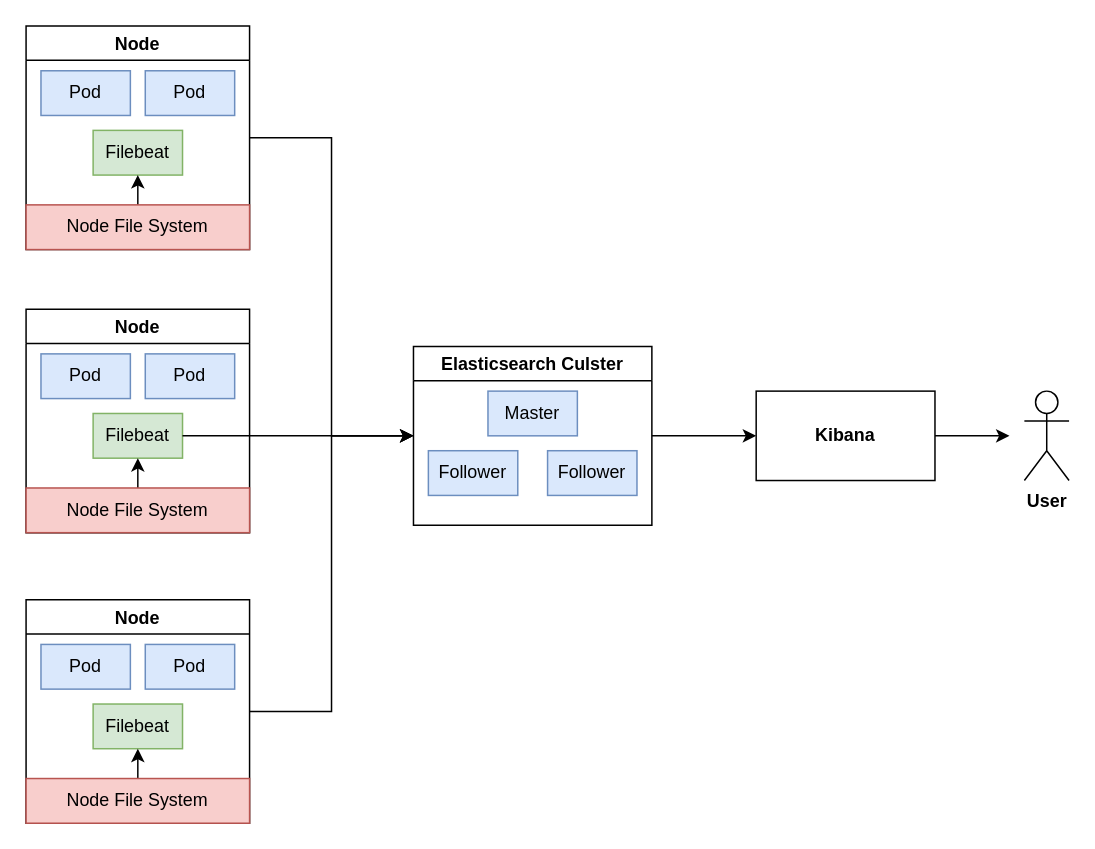
Earlier version of the draw.io diagram LogSystem.drawio (Carlisle345748/cloudimg). Source tidied: cells renumbered, new cells numbered last; positions are measured from the earlier drawing's top-left corner, leaving out a move shared by most shapes. Both pictures are drawn from the tidied source at 149%, with x=0, y=0 at pixel (25, 25).
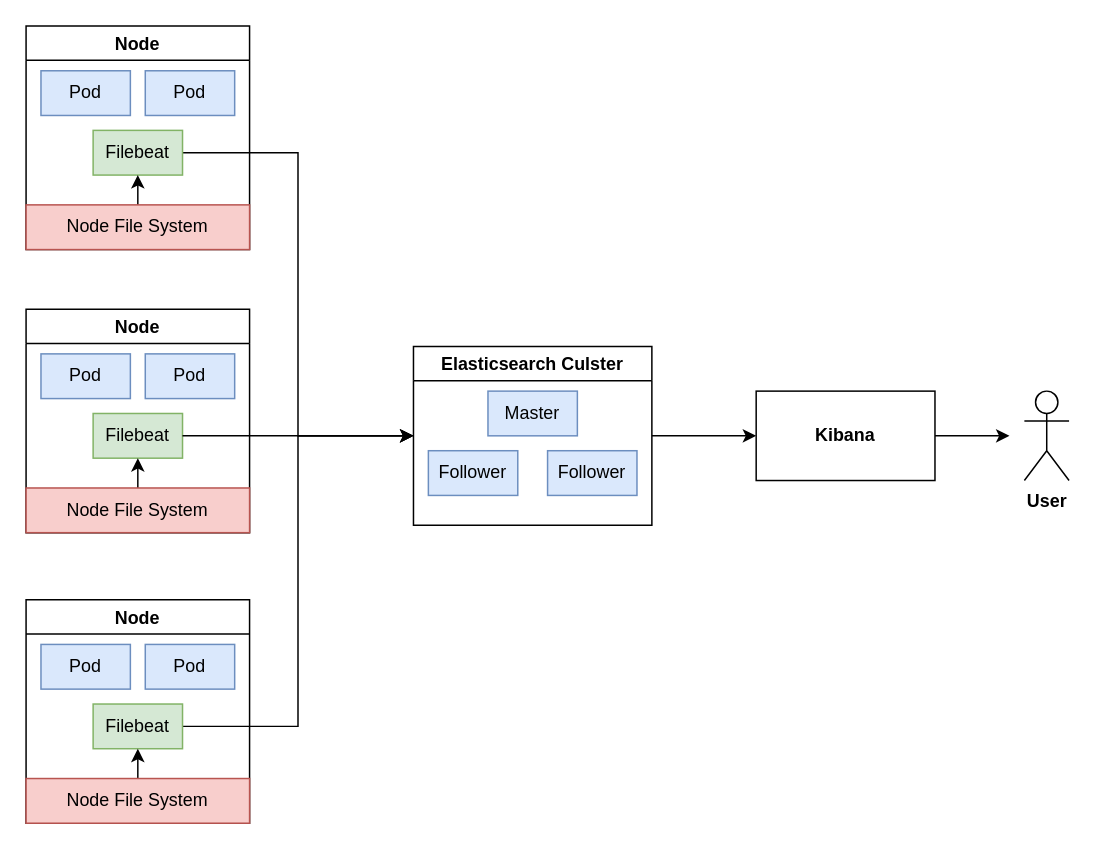
The same diagram, later.

Unchanged cells that the change refers to:
```xml
<mxCell id="3" value="Node" style="swimlane;" parent="1" vertex="1">
  <mxGeometry width="150" height="150" as="geometry" />
</mxCell>
<mxCell id="6" value="Filebeat" style="rounded=0;whiteSpace=wrap;html=1;fillColor=#d5e8d4;strokeColor=#82b366;" parent="3" vertex="1">
  <mxGeometry x="45" y="70" width="60" height="30" as="geometry" />
</mxCell>
<mxCell id="16" value="Node" style="swimlane;" parent="1" vertex="1">
  <mxGeometry y="385" width="150" height="150" as="geometry" />
</mxCell>
<mxCell id="19" value="Filebeat" style="rounded=0;whiteSpace=wrap;html=1;fillColor=#d5e8d4;strokeColor=#82b366;" parent="16" vertex="1">
  <mxGeometry x="45" y="70" width="60" height="30" as="geometry" />
</mxCell>
<mxCell id="23" value="Elasticsearch Culster" style="swimlane;" parent="1" vertex="1">
  <mxGeometry x="260" y="215" width="160" height="120" as="geometry" />
</mxCell>
```

Diff of the diagram source:
```diff
@@
-    <mxCell id="2" style="edgeStyle=orthogonalEdgeStyle;rounded=0;jettySize=auto;html=1;entryX=0;entryY=0.5;entryDx=0;entryDy=0;" parent="1" edge="1" source="3" target="23">
+    <mxCell id="2" style="edgeStyle=orthogonalEdgeStyle;rounded=0;jettySize=auto;html=1;entryX=0;entryY=0.5;entryDx=0;entryDy=0;exitX=1;exitY=0.5;exitDx=0;exitDy=0;" parent="1" edge="1" source="6" target="23">
       <mxGeometry relative="1" as="geometry" />
     </mxCell>
@@
-    <mxCell id="15" style="edgeStyle=orthogonalEdgeStyle;rounded=0;jettySize=auto;html=1;entryX=0;entryY=0.5;entryDx=0;entryDy=0;" parent="1" edge="1" source="16" target="23">
+    <mxCell id="15" style="edgeStyle=orthogonalEdgeStyle;rounded=0;jettySize=auto;html=1;entryX=0;entryY=0.5;entryDx=0;entryDy=0;exitX=1;exitY=0.5;exitDx=0;exitDy=0;" parent="1" edge="1" source="19" target="23">
       <mxGeometry relative="1" as="geometry" />
     </mxCell>
```
